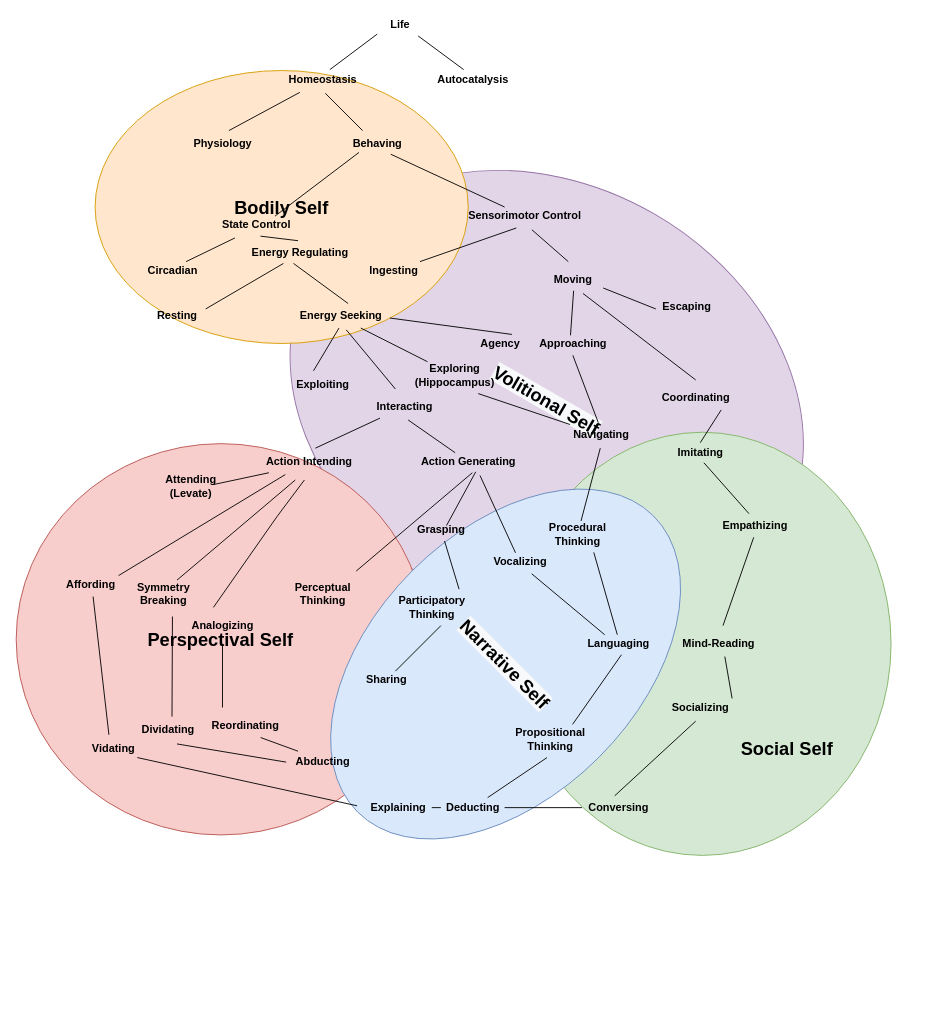
Above: self_evolution.drawio in codeaudit/1 (draw.io), before the change. Source tidied: cells renumbered, new cells numbered last; positions are measured from the earlier drawing's top-left corner, leaving out a move shared by most shapes. Both pictures are drawn from the tidied source at 91%, with x=0, y=0 at pixel (15, 15).
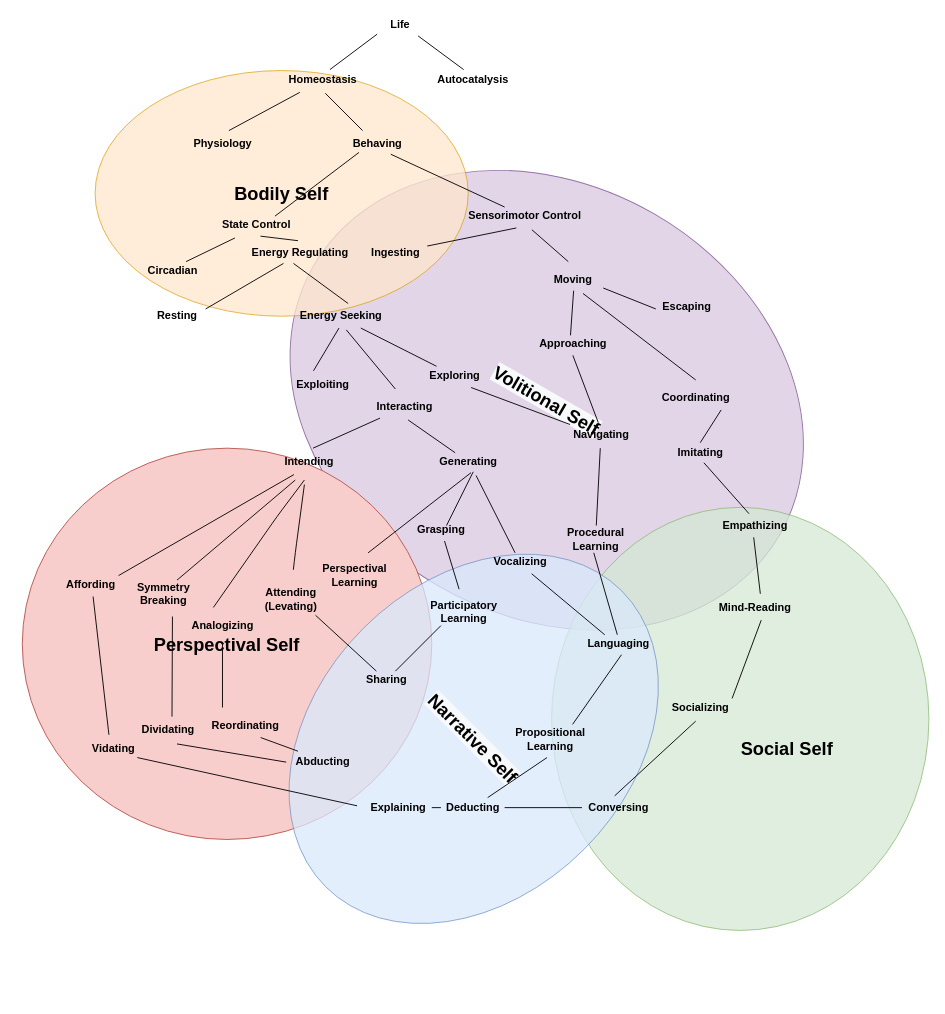
The same diagram, later.

Unchanged cells that the change refers to:
```xml
<mxCell id="21" value="Energy Seeking" style="text;html=1;align=center;verticalAlign=middle;points=[];fontStyle=1;" parent="1" vertex="1">
  <mxGeometry x="302" y="320" width="110" height="20" as="geometry" />
</mxCell>
<mxCell id="36" value="Sharing" style="text;html=1;align=center;verticalAlign=middle;points=[];fontStyle=1;" parent="1" vertex="1">
  <mxGeometry x="377" y="720" width="60" height="20" as="geometry" />
</mxCell>
<mxCell id="40" value="Languaging" style="text;html=1;align=center;verticalAlign=middle;points=[];fontStyle=1;" parent="1" vertex="1">
  <mxGeometry x="622" y="680" width="80" height="20" as="geometry" />
</mxCell>
<mxCell id="45" value="&lt;b&gt;Empathizing&lt;/b&gt;" style="text;html=1;align=center;verticalAlign=middle;points=[];" parent="1" vertex="1">
  <mxGeometry x="767" y="550" width="90" height="20" as="geometry" />
</mxCell>
```

What changed in the source:
```diff
@@
-    <mxCell id="3" style="ellipse;whiteSpace=wrap;html=1;fillColor=#d5e8d4;strokeColor=#82b366;direction=south;" parent="1" vertex="1">
-      <mxGeometry x="547" y="457.5" width="414.7" height="465" as="geometry" />
+    <mxCell id="3" style="ellipse;whiteSpace=wrap;html=1;fillColor=#d5e8d4;strokeColor=#82b366;direction=south;opacity=75;" parent="1" vertex="1">
+      <mxGeometry x="588.6" y="540" width="414.7" height="465" as="geometry" />
     </mxCell>
     <mxCell id="4" value="&lt;b style=&quot;font-size: 20px&quot;&gt;Perspectival Self&lt;/b&gt;" style="ellipse;whiteSpace=wrap;html=1;fillColor=#f8cecc;strokeColor=#b85450;" parent="1" vertex="1">
-      <mxGeometry x="0.3" y="470" width="450" height="430" as="geometry" />
+      <mxGeometry x="7" y="475" width="450" height="430" as="geometry" />
     </mxCell>
-    <mxCell id="5" value="&lt;b style=&quot;font-size: 20px ; background-color: rgb(248 , 249 , 250)&quot;&gt;Narrative Self&lt;/b&gt;" style="ellipse;whiteSpace=wrap;html=1;rotation=45;fillColor=#dae8fc;strokeColor=#6c8ebf;" parent="1" vertex="1">
-      <mxGeometry x="393.1" y="482.2" width="290" height="460" as="geometry" />
+    <mxCell id="5" value="&lt;b style=&quot;font-size: 20px ; background-color: rgb(248 , 249 , 250)&quot;&gt;Narrative Self&lt;/b&gt;" style="ellipse;whiteSpace=wrap;html=1;rotation=45;fillColor=#dae8fc;strokeColor=#6c8ebf;opacity=75;" parent="1" vertex="1">
+      <mxGeometry x="331.4" y="564.4" width="343.3" height="460" as="geometry" />
     </mxCell>
-    <mxCell id="6" value="&lt;span style=&quot;font-size: 20px&quot;&gt;&lt;b&gt;Bodily Self&lt;/b&gt;&lt;/span&gt;" style="ellipse;whiteSpace=wrap;html=1;fillColor=#ffe6cc;strokeColor=#d79b00;" parent="1" vertex="1">
-      <mxGeometry x="87" y="60" width="410" height="300" as="geometry" />
+    <mxCell id="6" value="&lt;span style=&quot;font-size: 20px&quot;&gt;&lt;b&gt;Bodily Self&lt;/b&gt;&lt;/span&gt;" style="ellipse;whiteSpace=wrap;html=1;fillColor=#ffe6cc;strokeColor=#d79b00;opacity=75;" parent="1" vertex="1">
+      <mxGeometry x="87" y="60" width="410" height="270" as="geometry" />
     </mxCell>
@@
-    <mxCell id="14" value="Agency" style="text;html=1;align=center;verticalAlign=middle;points=[];fontStyle=1;" parent="1" vertex="1">
-      <mxGeometry x="502" y="350" width="60" height="20" as="geometry" />
-    </mxCell>
@@
-    <mxCell id="16" value="Exploring&lt;br&gt;(Hippocampus)" style="text;html=1;align=center;verticalAlign=middle;points=[];fontStyle=1;" parent="1" vertex="1">
-      <mxGeometry x="432" y="380" width="100" height="30" as="geometry" />
+    <mxCell id="16" value="Exploring" style="text;html=1;align=center;verticalAlign=middle;points=[];fontStyle=1;" parent="1" vertex="1">
+      <mxGeometry x="447" y="385" width="70" height="20" as="geometry" />
     </mxCell>
@@
     <mxCell id="22" value="Ingesting" style="text;html=1;align=center;verticalAlign=middle;points=[];fontStyle=1;" parent="1" vertex="1">
-      <mxGeometry x="380.3" y="270" width="70" height="20" as="geometry" />
+      <mxGeometry x="382" y="250" width="70" height="20" as="geometry" />
     </mxCell>
@@
-    <mxCell id="26" value="Action Intending" style="text;html=1;align=center;verticalAlign=middle;points=[];fontStyle=1;" parent="1" vertex="1">
-      <mxGeometry x="267" y="480" width="110" height="20" as="geometry" />
+    <mxCell id="26" value="Intending" style="text;html=1;align=center;verticalAlign=middle;points=[];fontStyle=1;" parent="1" vertex="1">
+      <mxGeometry x="287" y="480" width="70" height="20" as="geometry" />
     </mxCell>
-    <mxCell id="27" value="Action Generating" style="text;html=1;align=center;verticalAlign=middle;points=[];fontStyle=1;" parent="1" vertex="1">
-      <mxGeometry x="437" y="480" width="120" height="20" as="geometry" />
+    <mxCell id="27" value="Generating" style="text;html=1;align=center;verticalAlign=middle;points=[];fontStyle=1;" parent="1" vertex="1">
+      <mxGeometry x="457" y="480" width="80" height="20" as="geometry" />
     </mxCell>
+    <mxCell id="104" style="rounded=0;jettySize=auto;html=1;endArrow=none;endFill=0;" parent="1" edge="1" source="28" target="36">
+      <mxGeometry relative="1" as="geometry" />
+    </mxCell>
-    <mxCell id="28" value="&lt;br&gt;Attending&lt;br&gt;(Levate)" style="text;html=1;align=center;verticalAlign=middle;points=[];fontStyle=1;" parent="1" vertex="1">
-      <mxGeometry x="157" y="485" width="70" height="50" as="geometry" />
+    <mxCell id="28" value="&lt;br&gt;Attending&lt;br&gt;(Levating)" style="text;html=1;align=center;verticalAlign=middle;points=[];fontStyle=1;" parent="1" vertex="1">
+      <mxGeometry x="267" y="608.6" width="70" height="50" as="geometry" />
     </mxCell>
@@
-    <mxCell id="32" value="Procedural&lt;br&gt;Thinking" style="text;html=1;align=center;verticalAlign=middle;points=[];fontStyle=1;" parent="1" vertex="1">
-      <mxGeometry x="577" y="555" width="80" height="30" as="geometry" />
+    <mxCell id="32" value="Procedural&lt;br&gt;Learning" style="text;html=1;align=center;verticalAlign=middle;points=[];fontStyle=1;" parent="1" vertex="1">
+      <mxGeometry x="597" y="560" width="80" height="30" as="geometry" />
     </mxCell>
-    <mxCell id="33" value="Propositional&lt;br&gt;Thinking" style="text;html=1;align=center;verticalAlign=middle;points=[];fontStyle=1;" parent="1" vertex="1">
+    <mxCell id="33" value="Propositional&lt;br&gt;Learning" style="text;html=1;align=center;verticalAlign=middle;points=[];fontStyle=1;" parent="1" vertex="1">
       <mxGeometry x="542.3" y="780" width="90" height="30" as="geometry" />
     </mxCell>
-    <mxCell id="34" value="Perceptual&lt;br&gt;Thinking" style="text;html=1;align=center;verticalAlign=middle;fontStyle=1;" parent="1" vertex="1">
-      <mxGeometry x="297" y="620" width="80" height="30" as="geometry" />
+    <mxCell id="34" value="Perspectival&lt;br&gt;Learning" style="text;html=1;align=center;verticalAlign=middle;fontStyle=1;" parent="1" vertex="1">
+      <mxGeometry x="327" y="600" width="90" height="30" as="geometry" />
     </mxCell>
-    <mxCell id="35" value="Participatory&lt;br&gt;Thinking" style="text;html=1;align=center;verticalAlign=middle;fontStyle=1;" parent="1" vertex="1">
-      <mxGeometry x="412" y="635" width="90" height="30" as="geometry" />
+    <mxCell id="35" value="Participatory&lt;br&gt;Learning" style="text;html=1;align=center;verticalAlign=middle;fontStyle=1;" parent="1" vertex="1">
+      <mxGeometry x="447" y="640" width="90" height="30" as="geometry" />
     </mxCell>
@@
     <mxCell id="41" value="Mind-Reading" style="text;html=1;align=center;verticalAlign=middle;points=[];fontStyle=1;" parent="1" vertex="1">
-      <mxGeometry x="727" y="680" width="90" height="20" as="geometry" />
+      <mxGeometry x="767" y="640" width="90" height="20" as="geometry" />
     </mxCell>
@@
-    <mxCell id="74" style="endArrow=none;html=1;entryX=0.725;entryY=1.15;entryDx=0;entryDy=0;entryPerimeter=0;exitX=0.486;exitY=0;exitDx=0;exitDy=0;exitPerimeter=0;" parent="1" edge="1" source="40" target="32">
-      <mxGeometry relative="1" as="geometry" />
+    <mxCell id="74" style="endArrow=none;html=1;exitX=0.486;exitY=0;exitDx=0;exitDy=0;exitPerimeter=0;" parent="1" edge="1" source="40">
+      <mxGeometry relative="1" as="geometry">
+        <mxPoint x="635" y="590" as="targetPoint" />
+      </mxGeometry>
     </mxCell>
@@
     <mxCell id="76" style="endArrow=none;html=1;entryX=0.538;entryY=1.1;entryDx=0;entryDy=0;entryPerimeter=0;" parent="1" edge="1" target="27">
       <mxGeometry relative="1" as="geometry">
-        <mxPoint x="374" y="610" as="sourcePoint" />
+        <mxPoint x="387" y="590" as="sourcePoint" />
       </mxGeometry>
     </mxCell>
@@
-    <mxCell id="79" style="endArrow=none;html=1;entryX=0.486;entryY=1.15;entryDx=0;entryDy=0;entryPerimeter=0;" parent="1" edge="1" target="45">
-      <mxGeometry relative="1" as="geometry">
-        <mxPoint x="777" y="670" as="sourcePoint" />
-      </mxGeometry>
+    <mxCell id="79" style="endArrow=none;html=1;entryX=0.486;entryY=1.15;entryDx=0;entryDy=0;entryPerimeter=0;exitX=0.567;exitY=-0.25;exitDx=0;exitDy=0;exitPerimeter=0;" parent="1" edge="1" source="41" target="45">
+      <mxGeometry relative="1" as="geometry" />
     </mxCell>
@@
-    <mxCell id="85" style="endArrow=none;html=1;entryX=0.1;entryY=1.1;entryDx=0;entryDy=0;entryPerimeter=0;" parent="1" edge="1" target="26">
+    <mxCell id="85" style="endArrow=none;html=1;" parent="1" edge="1" source="28">
       <mxGeometry relative="1" as="geometry">
-        <mxPoint x="217" y="515" as="sourcePoint" />
+        <mxPoint x="317" y="515" as="targetPoint" />
+        <Array as="points">
+          <mxPoint x="307" y="590" />
+        </Array>
       </mxGeometry>
     </mxCell>
@@
-    <mxCell id="100" style="endArrow=none;html=1;entryX=0.991;entryY=0.6;entryDx=0;entryDy=0;entryPerimeter=0;exitX=0.717;exitY=0;exitDx=0;exitDy=0;exitPerimeter=0;" parent="1" edge="1" source="14" target="21">
-      <mxGeometry relative="1" as="geometry" />
-    </mxCell>
```
